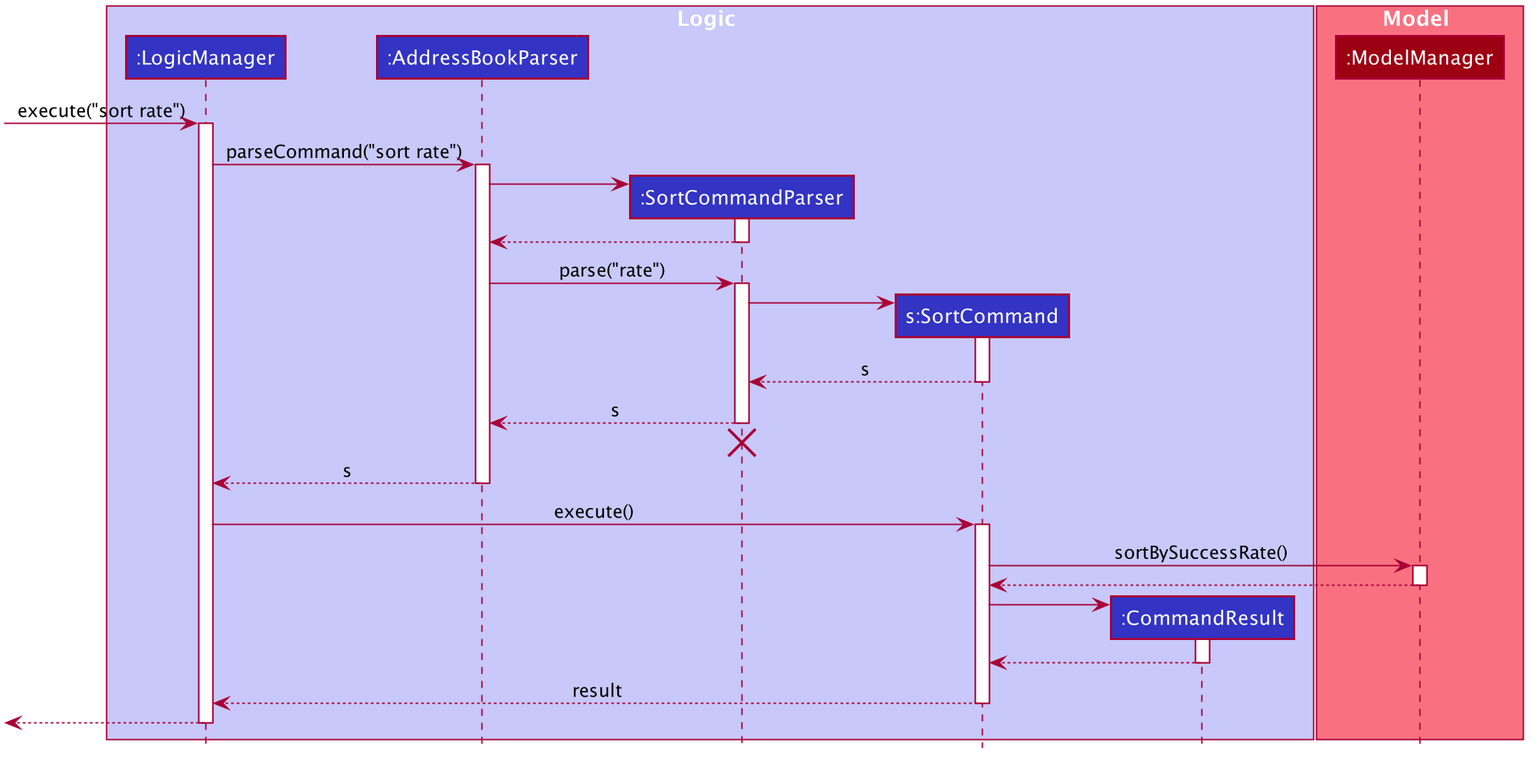
Above: docs/images/SortSequenceDiagram.png in nus-cs2103-AY1920S1/addressbook-level3 (PlantUML), before the change.
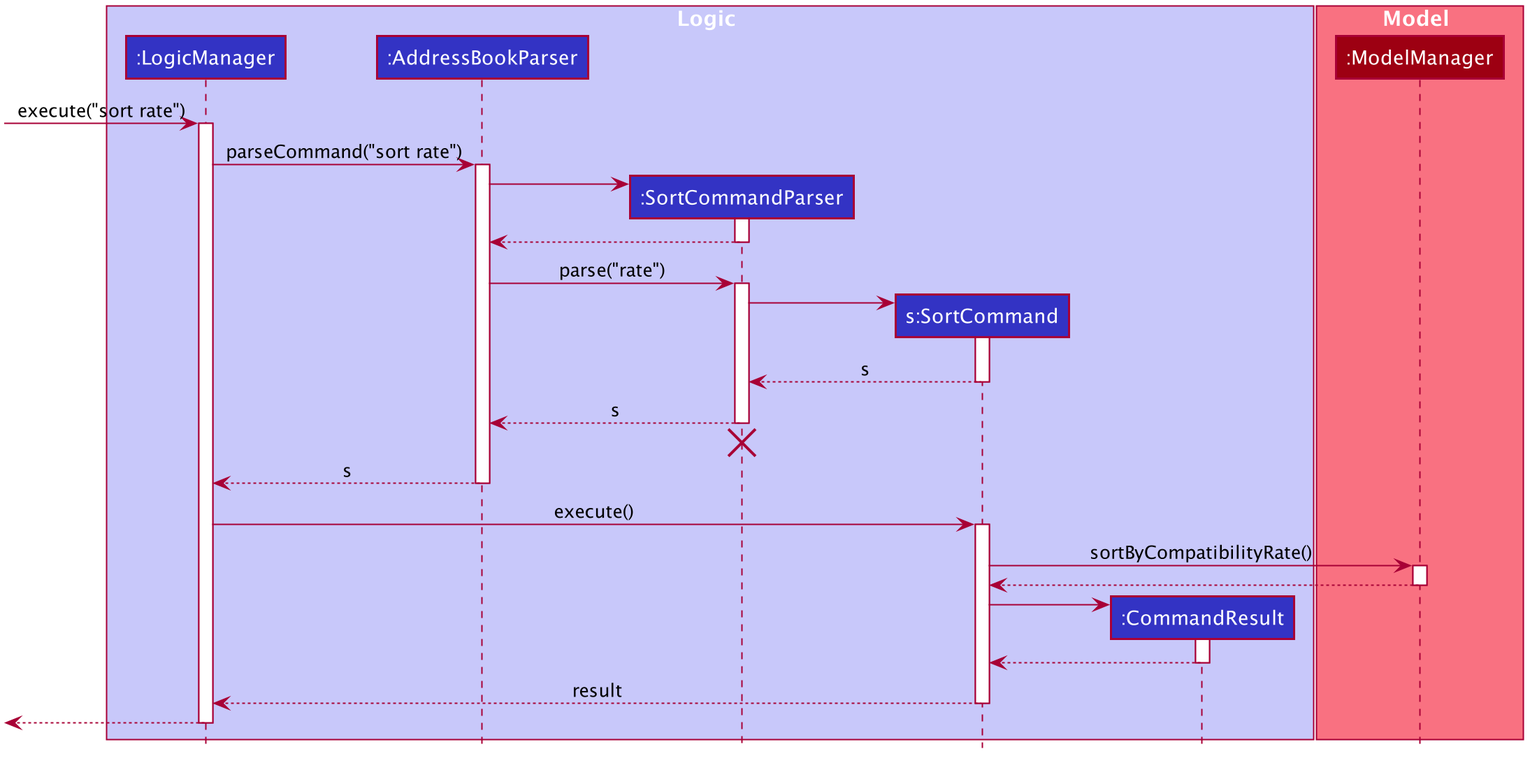
After the change.

The edit, as a diff of the source:
```diff
@@ -94,7 +94,7 @@
 LogicManager -> SortCommand : execute()
 activate SortCommand
 
-SortCommand -> ModelManager : sortBySuccessRate()
+SortCommand -> ModelManager : sortByCompatibilityRate()
 activate ModelManager
 
 ModelManager --> SortCommand
```
